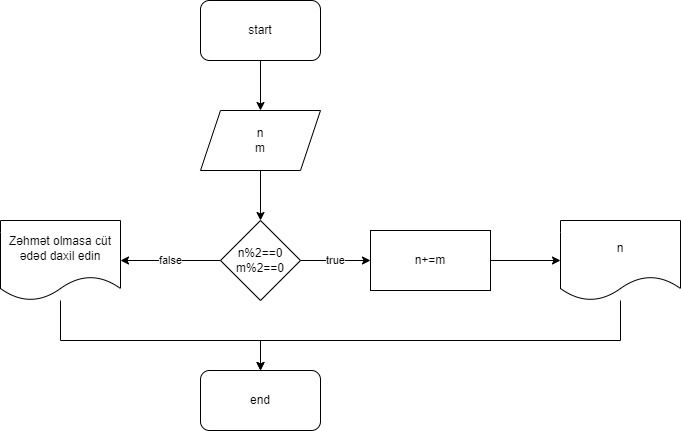
rasulvh/Diagrams keeps this draw.io diagram as Sum of n and m.png. Above is the earlier version. Source tidied: cells renumbered, new cells last; positions are measured from the earlier drawing's top-left corner, leaving out a move shared by most shapes. The source it was exported from:
```xml
<mxGraphModel>
  <root>
    <mxCell id="0" />
    <mxCell id="1" parent="0" />
    <mxCell id="2" style="edgeStyle=orthogonalEdgeStyle;rounded=0;jettySize=auto;html=1;" parent="1" edge="1" source="3" target="5">
      <mxGeometry relative="1" as="geometry" />
    </mxCell>
    <mxCell id="3" value="start" style="rounded=1;whiteSpace=wrap;html=1;" parent="1" vertex="1">
      <mxGeometry x="200" width="120" height="60" as="geometry" />
    </mxCell>
    <mxCell id="4" style="edgeStyle=orthogonalEdgeStyle;rounded=0;jettySize=auto;html=1;" parent="1" edge="1" source="5" target="8">
      <mxGeometry relative="1" as="geometry" />
    </mxCell>
    <mxCell id="5" value="n&lt;br&gt;m" style="shape=parallelogram;perimeter=parallelogramPerimeter;whiteSpace=wrap;html=1;fixedSize=1;" parent="1" vertex="1">
      <mxGeometry x="200" y="110" width="120" height="60" as="geometry" />
    </mxCell>
    <mxCell id="6" value="true" style="edgeStyle=orthogonalEdgeStyle;rounded=0;jettySize=auto;html=1;" parent="1" edge="1" source="8" target="10">
      <mxGeometry relative="1" as="geometry" />
    </mxCell>
    <mxCell id="7" value="false" style="edgeStyle=orthogonalEdgeStyle;rounded=0;jettySize=auto;html=1;" parent="1" edge="1" source="8" target="14">
      <mxGeometry relative="1" as="geometry" />
    </mxCell>
    <mxCell id="8" value="n%2==0&lt;br&gt;m%2==0" style="rhombus;whiteSpace=wrap;html=1;" parent="1" vertex="1">
      <mxGeometry x="220" y="220" width="80" height="80" as="geometry" />
    </mxCell>
    <mxCell id="9" style="edgeStyle=orthogonalEdgeStyle;rounded=0;jettySize=auto;html=1;" parent="1" edge="1" source="10" target="12">
      <mxGeometry relative="1" as="geometry" />
    </mxCell>
    <mxCell id="10" value="n+=m" style="whiteSpace=wrap;html=1;" parent="1" vertex="1">
      <mxGeometry x="370" y="230" width="120" height="60" as="geometry" />
    </mxCell>
    <mxCell id="11" style="edgeStyle=orthogonalEdgeStyle;rounded=0;jettySize=auto;html=1;entryX=0.5;entryY=0;entryDx=0;entryDy=0;" parent="1" edge="1" source="12" target="15">
      <mxGeometry relative="1" as="geometry">
        <Array as="points">
          <mxPoint x="620" y="340" />
          <mxPoint x="260" y="340" />
        </Array>
      </mxGeometry>
    </mxCell>
    <mxCell id="12" value="n" style="shape=document;whiteSpace=wrap;html=1;boundedLbl=1;" parent="1" vertex="1">
      <mxGeometry x="560" y="220" width="120" height="80" as="geometry" />
    </mxCell>
    <mxCell id="13" style="edgeStyle=orthogonalEdgeStyle;rounded=0;jettySize=auto;html=1;entryX=0.5;entryY=0;entryDx=0;entryDy=0;" parent="1" edge="1" source="14" target="15">
      <mxGeometry relative="1" as="geometry">
        <Array as="points">
          <mxPoint x="60" y="340" />
          <mxPoint x="260" y="340" />
        </Array>
      </mxGeometry>
    </mxCell>
    <mxCell id="14" value="Zəhmət olmasa cüt ədəd daxil edin" style="shape=document;whiteSpace=wrap;html=1;boundedLbl=1;" parent="1" vertex="1">
      <mxGeometry y="220" width="120" height="80" as="geometry" />
    </mxCell>
    <mxCell id="15" value="end" style="rounded=1;whiteSpace=wrap;html=1;" parent="1" vertex="1">
      <mxGeometry x="200" y="370" width="120" height="60" as="geometry" />
    </mxCell>
  </root>
</mxGraphModel>
```
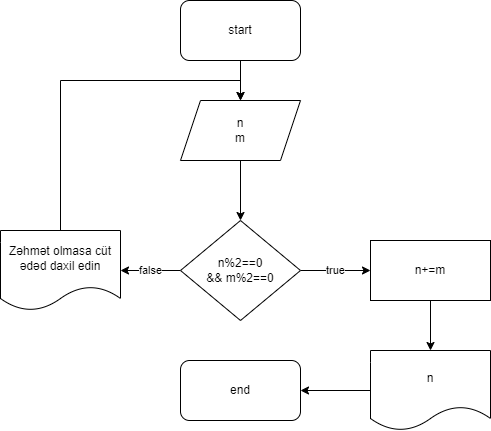
Later version of the same file.

Change to the diagram source:
```diff
@@ -6,53 +6,48 @@
       <mxGeometry relative="1" as="geometry" />
     </mxCell>
     <mxCell id="3" value="start" style="rounded=1;whiteSpace=wrap;html=1;" parent="1" vertex="1">
-      <mxGeometry x="200" width="120" height="60" as="geometry" />
+      <mxGeometry x="230" y="-70" width="120" height="60" as="geometry" />
     </mxCell>
-    <mxCell id="4" style="edgeStyle=orthogonalEdgeStyle;rounded=0;jettySize=auto;html=1;" parent="1" edge="1" source="5" target="8">
-      <mxGeometry relative="1" as="geometry" />
-    </mxCell>
+    <mxCell id="16" style="edgeStyle=orthogonalEdgeStyle;rounded=0;jettySize=auto;html=1;" parent="1" edge="1" source="5" target="17">
+      <mxGeometry relative="1" as="geometry" />
+    </mxCell>
     <mxCell id="5" value="n&lt;br&gt;m" style="shape=parallelogram;perimeter=parallelogramPerimeter;whiteSpace=wrap;html=1;fixedSize=1;" parent="1" vertex="1">
-      <mxGeometry x="200" y="110" width="120" height="60" as="geometry" />
+      <mxGeometry x="230" y="30" width="120" height="60" as="geometry" />
     </mxCell>
-    <mxCell id="6" value="true" style="edgeStyle=orthogonalEdgeStyle;rounded=0;jettySize=auto;html=1;" parent="1" edge="1" source="8" target="10">
+    <mxCell id="6" value="true" style="edgeStyle=orthogonalEdgeStyle;rounded=0;jettySize=auto;html=1;" parent="1" edge="1" source="17" target="10">
       <mxGeometry relative="1" as="geometry" />
     </mxCell>
-    <mxCell id="7" value="false" style="edgeStyle=orthogonalEdgeStyle;rounded=0;jettySize=auto;html=1;" parent="1" edge="1" source="8" target="14">
+    <mxCell id="7" value="false" style="edgeStyle=orthogonalEdgeStyle;rounded=0;jettySize=auto;html=1;" parent="1" edge="1" source="17" target="14">
       <mxGeometry relative="1" as="geometry" />
     </mxCell>
-    <mxCell id="8" value="n%2==0&lt;br&gt;m%2==0" style="rhombus;whiteSpace=wrap;html=1;" parent="1" vertex="1">
-      <mxGeometry x="220" y="220" width="80" height="80" as="geometry" />
-    </mxCell>
+    <mxCell id="17" value="n%2==0&lt;br&gt;&amp;amp;&amp;amp; m%2==0" style="rhombus;whiteSpace=wrap;html=1;" parent="1" vertex="1">
+      <mxGeometry x="230" y="150" width="120" height="100" as="geometry" />
+    </mxCell>
     <mxCell id="9" style="edgeStyle=orthogonalEdgeStyle;rounded=0;jettySize=auto;html=1;" parent="1" edge="1" source="10" target="12">
       <mxGeometry relative="1" as="geometry" />
     </mxCell>
     <mxCell id="10" value="n+=m" style="whiteSpace=wrap;html=1;" parent="1" vertex="1">
-      <mxGeometry x="370" y="230" width="120" height="60" as="geometry" />
+      <mxGeometry x="420" y="170" width="120" height="60" as="geometry" />
     </mxCell>
-    <mxCell id="11" style="edgeStyle=orthogonalEdgeStyle;rounded=0;jettySize=auto;html=1;entryX=0.5;entryY=0;entryDx=0;entryDy=0;" parent="1" edge="1" source="12" target="15">
-      <mxGeometry relative="1" as="geometry">
-        <Array as="points">
-          <mxPoint x="620" y="340" />
-          <mxPoint x="260" y="340" />
-        </Array>
-      </mxGeometry>
+    <mxCell id="11" style="edgeStyle=orthogonalEdgeStyle;rounded=0;jettySize=auto;html=1;" parent="1" edge="1" source="12" target="15">
+      <mxGeometry relative="1" as="geometry" />
     </mxCell>
     <mxCell id="12" value="n" style="shape=document;whiteSpace=wrap;html=1;boundedLbl=1;" parent="1" vertex="1">
-      <mxGeometry x="560" y="220" width="120" height="80" as="geometry" />
+      <mxGeometry x="420" y="280" width="120" height="80" as="geometry" />
     </mxCell>
-    <mxCell id="13" style="edgeStyle=orthogonalEdgeStyle;rounded=0;jettySize=auto;html=1;entryX=0.5;entryY=0;entryDx=0;entryDy=0;" parent="1" edge="1" source="14" target="15">
-      <mxGeometry relative="1" as="geometry">
-        <Array as="points">
-          <mxPoint x="60" y="340" />
-          <mxPoint x="260" y="340" />
-        </Array>
-      </mxGeometry>
-    </mxCell>
+    <mxCell id="18" style="edgeStyle=orthogonalEdgeStyle;rounded=0;jettySize=auto;html=1;entryX=0.5;entryY=0;entryDx=0;entryDy=0;" parent="1" edge="1" source="14" target="5">
+      <mxGeometry relative="1" as="geometry">
+        <Array as="points">
+          <mxPoint x="110" y="10" />
+          <mxPoint x="290" y="10" />
+        </Array>
+      </mxGeometry>
+    </mxCell>
     <mxCell id="14" value="Zəhmət olmasa cüt ədəd daxil edin" style="shape=document;whiteSpace=wrap;html=1;boundedLbl=1;" parent="1" vertex="1">
-      <mxGeometry y="220" width="120" height="80" as="geometry" />
+      <mxGeometry x="50" y="160" width="120" height="80" as="geometry" />
     </mxCell>
     <mxCell id="15" value="end" style="rounded=1;whiteSpace=wrap;html=1;" parent="1" vertex="1">
-      <mxGeometry x="200" y="370" width="120" height="60" as="geometry" />
+      <mxGeometry x="230" y="290" width="120" height="60" as="geometry" />
     </mxCell>
   </root>
 </mxGraphModel>
```
